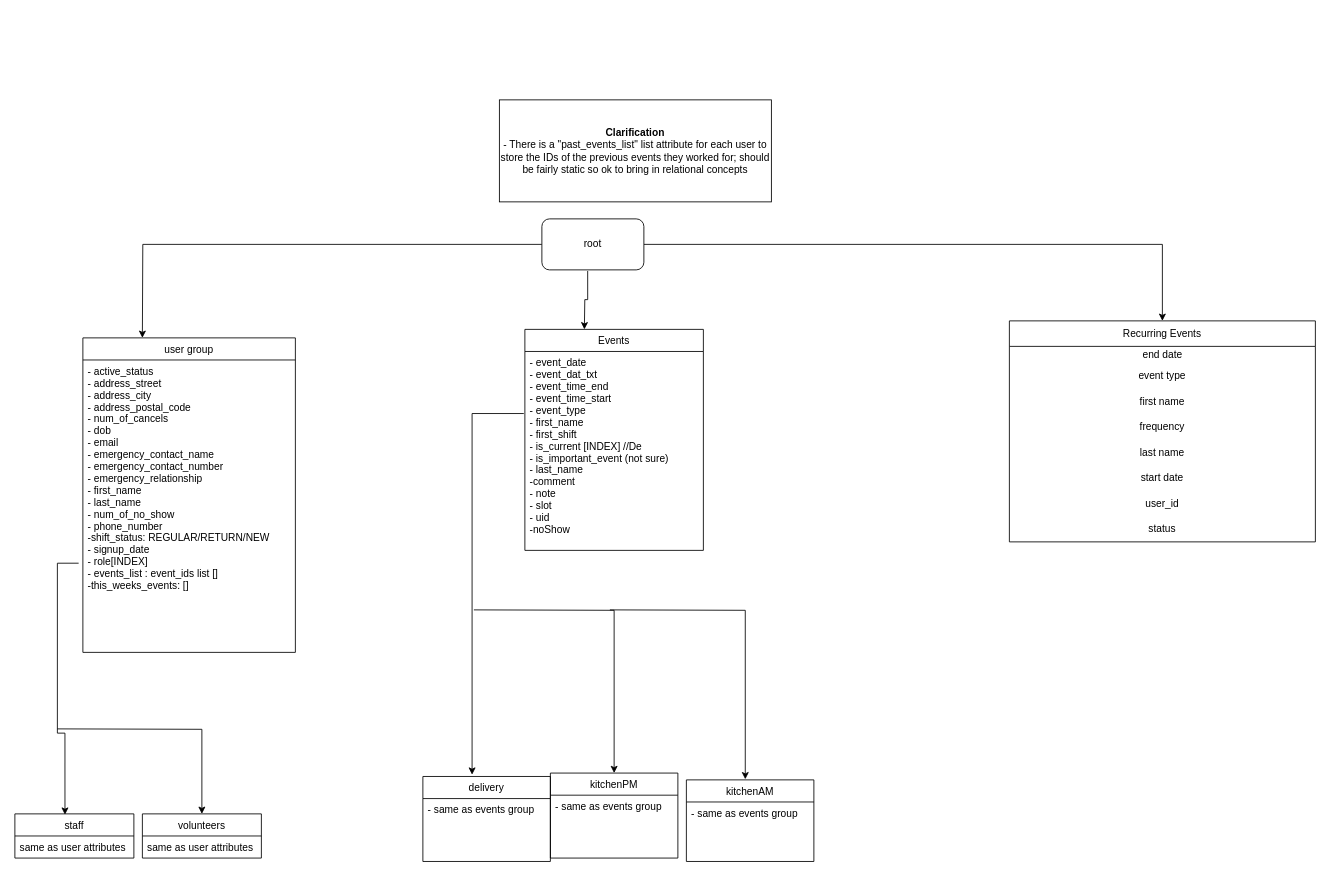
Earlier version of the draw.io diagram architecture_docs/db/sfl_santropol.drawio (Software-For-Love/client-santropol). Source tidied: cells renumbered, new cells numbered last; positions are measured from the earlier drawing's top-left corner, leaving out a move shared by most shapes. Both pictures are drawn from the tidied source at 85%, with x=0, y=0 at pixel (14, 99).
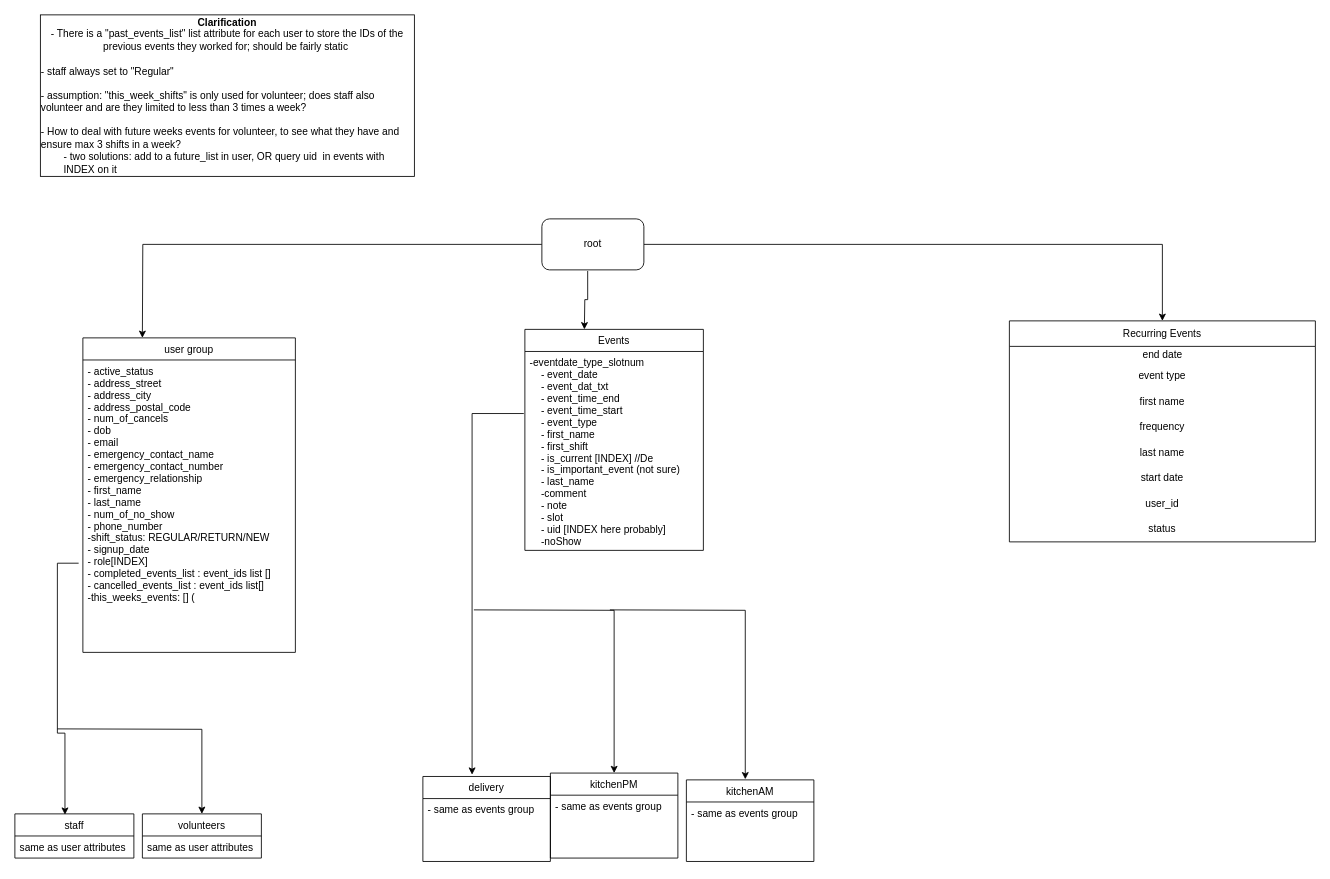
Above is the later version.

Commit message:
clarified event

Unchanged cells that the change refers to:
```xml
<mxCell id="6" value="user group" style="swimlane;fontStyle=0;horizontal=1;startSize=26;fillColor=none;" parent="1" vertex="1">
  <mxGeometry x="80" y="280" width="250" height="370" as="geometry" />
</mxCell>
<mxCell id="14" value="Events" style="swimlane;fontStyle=0;horizontal=1;startSize=26;fillColor=none;" parent="1" vertex="1">
  <mxGeometry x="600" y="270" width="210" height="260" as="geometry" />
</mxCell>
```

Diff of the diagram source:
```diff
@@
-    <mxCell id="7" value="- active_status&#10;- address_street&#10;- address_city&#10;- address_postal_code&#10;- num_of_cancels&#10;- dob&#10;- email&#10;- emergency_contact_name&#10;- emergency_contact_number&#10;- emergency_relationship&#10;- first_name&#10;- last_name&#10;- num_of_no_show&#10;- phone_number&#10;-shift_status: REGULAR/RETURN/NEW&#10;- signup_date&#10;- role[INDEX]&#10;- events_list : event_ids list []&#10;-this_weeks_events: []&#10;&#10;&#10;" style="text;strokeColor=none;fillColor=none;align=left;verticalAlign=top;spacingLeft=4;spacingRight=4;overflow=hidden;points=[[0,0.5],[1,0.5]];portConstraint=eastwest;" parent="6" vertex="1">
+    <mxCell id="7" value="- active_status&#10;- address_street&#10;- address_city&#10;- address_postal_code&#10;- num_of_cancels&#10;- dob&#10;- email&#10;- emergency_contact_name&#10;- emergency_contact_number&#10;- emergency_relationship&#10;- first_name&#10;- last_name&#10;- num_of_no_show&#10;- phone_number&#10;-shift_status: REGULAR/RETURN/NEW&#10;- signup_date&#10;- role[INDEX]&#10;- completed_events_list : event_ids list []&#10;- cancelled_events_list : event_ids list[]&#10;-this_weeks_events: [] (&#10;&#10;&#10;" style="text;strokeColor=none;fillColor=none;align=left;verticalAlign=top;spacingLeft=4;spacingRight=4;overflow=hidden;points=[[0,0.5],[1,0.5]];portConstraint=eastwest;fontStyle=0;" parent="6" vertex="1">
       <mxGeometry y="26" width="250" height="344" as="geometry" />
     </mxCell>
@@
-    <mxCell id="13" value="&lt;b&gt;Clarification&lt;/b&gt;&lt;br&gt;- There is a &quot;past_events_list&quot; list attribute for each user to store the IDs of the previous events they worked for; should be fairly static so ok to bring in relational concepts" style="rounded=0;whiteSpace=wrap;html=1;" parent="1" vertex="1">
-      <mxGeometry x="570" width="320" height="120" as="geometry" />
+    <mxCell id="13" value="&lt;b&gt;Clarification&lt;/b&gt;&lt;br&gt;- There is a &quot;past_events_list&quot; list attribute for each user to store the IDs of the previous events they worked for; should be fairly static&amp;nbsp;&lt;br&gt;&lt;div style=&quot;text-align: left&quot;&gt;&lt;br&gt;&lt;/div&gt;&lt;div style=&quot;text-align: left&quot;&gt;- staff always set to &quot;Regular&quot;&lt;/div&gt;&lt;div style=&quot;text-align: left&quot;&gt;&lt;br&gt;&lt;/div&gt;&lt;div style=&quot;text-align: left&quot;&gt;- assumption: &quot;this_week_shifts&quot; is only used for volunteer; does staff also volunteer and are they limited to less than 3 times a week?&lt;/div&gt;&lt;div style=&quot;text-align: left&quot;&gt;&lt;br&gt;&lt;/div&gt;&lt;div style=&quot;text-align: left&quot;&gt;- How to deal with future weeks events for volunteer, to see what they have and ensure max 3 shifts in a week?&amp;nbsp;&lt;/div&gt;&lt;div style=&quot;text-align: left&quot;&gt;&lt;span style=&quot;white-space: pre&quot;&gt;&#9;&lt;/span&gt;- two solutions: add to a future_list in user, OR query uid&amp;nbsp; in events with &lt;span style=&quot;white-space: pre&quot;&gt;&#9;&lt;/span&gt;INDEX on it&amp;nbsp;&lt;br&gt;&lt;/div&gt;" style="rounded=0;whiteSpace=wrap;html=1;" parent="1" vertex="1">
+      <mxGeometry x="30" y="-100" width="440" height="190" as="geometry" />
     </mxCell>
@@
-    <mxCell id="15" value="- event_date&#10;- event_dat_txt&#10;- event_time_end&#10;- event_time_start&#10;- event_type&#10;- first_name&#10;- first_shift &#10;- is_current [INDEX] //De&#10;- is_important_event (not sure)&#10;- last_name&#10;-comment&#10;- note&#10;- slot&#10;- uid&#10;-noShow&#10;&#10;" style="text;strokeColor=none;fillColor=none;align=left;verticalAlign=top;spacingLeft=4;spacingRight=4;overflow=hidden;points=[[0,0.5],[1,0.5]];portConstraint=eastwest;" parent="14" vertex="1">
+    <mxCell id="15" value="-eventdate_type_slotnum&#10;    - event_date&#10;    - event_dat_txt&#10;    - event_time_end&#10;    - event_time_start&#10;    - event_type&#10;    - first_name&#10;    - first_shift &#10;    - is_current [INDEX] //De&#10;    - is_important_event (not sure)&#10;    - last_name&#10;    -comment&#10;    - note&#10;    - slot&#10;    - uid [INDEX here probably]&#10;    -noShow&#10;&#10;" style="text;strokeColor=none;fillColor=none;align=left;verticalAlign=top;spacingLeft=4;spacingRight=4;overflow=hidden;points=[[0,0.5],[1,0.5]];portConstraint=eastwest;" parent="14" vertex="1">
       <mxGeometry y="26" width="210" height="234" as="geometry" />
     </mxCell>
```
